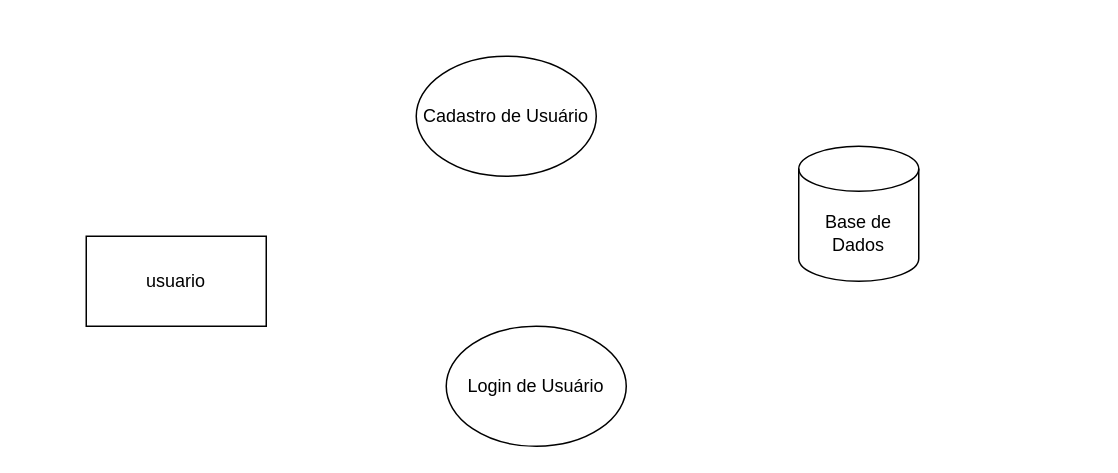
The draw.io diagram DiagramaFluxo.drawio in manuely32/Diagramas, before the edit. Source tidied: cells renumbered, new cells numbered last; positions are measured from the earlier drawing's top-left corner, leaving out a move shared by most shapes. Both pictures are drawn from the tidied source at 150%, with x=0, y=0 at pixel (86, 56).
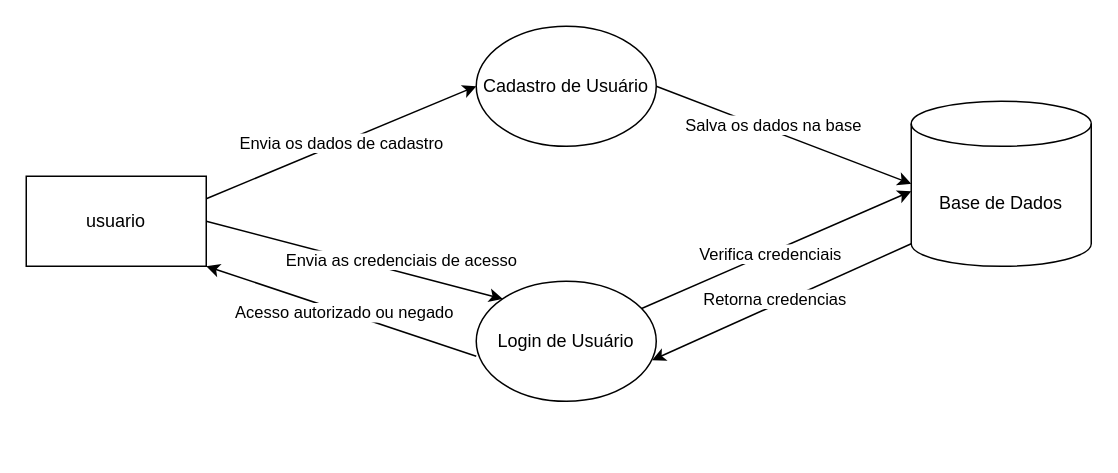
After the change.

What changed in the source:
```diff
@@
     <mxCell id="2" value="usuario" style="rounded=0;whiteSpace=wrap;html=1;" parent="1" vertex="1">
-      <mxGeometry y="120" width="120" height="60" as="geometry" />
+      <mxGeometry x="-40" y="80" width="120" height="60" as="geometry" />
     </mxCell>
     <mxCell id="3" value="Cadastro de Usuário" style="ellipse;whiteSpace=wrap;html=1;" parent="1" vertex="1">
-      <mxGeometry x="220" width="120" height="80" as="geometry" />
+      <mxGeometry x="260" y="-20" width="120" height="80" as="geometry" />
     </mxCell>
     <mxCell id="4" value="Login de Usuário" style="ellipse;whiteSpace=wrap;html=1;" parent="1" vertex="1">
-      <mxGeometry x="240" y="180" width="120" height="80" as="geometry" />
+      <mxGeometry x="260" y="150" width="120" height="80" as="geometry" />
     </mxCell>
     <mxCell id="5" value="Base de Dados" style="shape=cylinder3;whiteSpace=wrap;html=1;boundedLbl=1;backgroundOutline=1;size=15;" parent="1" vertex="1">
-      <mxGeometry x="475" y="60" width="80" height="90" as="geometry" />
+      <mxGeometry x="550" y="30" width="120" height="110" as="geometry" />
     </mxCell>
+    <mxCell id="6" style="endArrow=classic;html=1;rounded=0;entryX=0;entryY=0.5;entryDx=0;entryDy=0;exitX=1;exitY=0.25;exitDx=0;exitDy=0;" parent="1" edge="1" source="2" target="3">
+      <mxGeometry relative="1" as="geometry" />
+    </mxCell>
+    <mxCell id="7" value="Envia os dados de cadastro" style="edgeLabel;html=1;align=center;verticalAlign=middle;" parent="6" vertex="1">
+      <mxGeometry x="-0.01" relative="1" as="geometry" />
+    </mxCell>
+    <mxCell id="8" style="endArrow=classic;html=1;rounded=0;entryX=0;entryY=0;entryDx=0;entryDy=60;entryPerimeter=0;" parent="1" edge="1" source="4" target="5">
+      <mxGeometry relative="1" as="geometry" />
+    </mxCell>
+    <mxCell id="9" value="Verifica credenciais" style="edgeLabel;html=1;align=center;verticalAlign=middle;" parent="8" vertex="1">
+      <mxGeometry x="-0.05" y="-1" relative="1" as="geometry" />
+    </mxCell>
+    <mxCell id="10" style="endArrow=classic;html=1;rounded=0;exitX=1;exitY=0.5;exitDx=0;exitDy=0;entryX=0;entryY=0.5;entryDx=0;entryDy=0;entryPerimeter=0;" parent="1" edge="1" source="3" target="5">
+      <mxGeometry relative="1" as="geometry" />
+    </mxCell>
+    <mxCell id="11" value="Salva os dados na base" style="edgeLabel;html=1;align=center;verticalAlign=middle;" parent="10" vertex="1">
+      <mxGeometry x="-0.08" y="1" relative="1" as="geometry">
+        <mxPoint x="-1" y="-4" as="offset" />
+      </mxGeometry>
+    </mxCell>
+    <mxCell id="12" style="endArrow=classic;html=1;rounded=0;entryX=0;entryY=0;entryDx=0;entryDy=0;exitX=1;exitY=0.5;exitDx=0;exitDy=0;" parent="1" edge="1" source="2" target="4">
+      <mxGeometry relative="1" as="geometry" />
+    </mxCell>
+    <mxCell id="13" value="Envia as credenciais de acesso" style="edgeLabel;html=1;align=center;verticalAlign=middle;" parent="12" vertex="1">
+      <mxGeometry x="-0.01" relative="1" as="geometry">
+        <mxPoint x="32" as="offset" />
+      </mxGeometry>
+    </mxCell>
+    <mxCell id="14" style="endArrow=classic;html=1;rounded=0;exitX=0;exitY=1;exitDx=0;exitDy=-15;exitPerimeter=0;entryX=0.977;entryY=0.658;entryDx=0;entryDy=0;entryPerimeter=0;" parent="1" edge="1" source="5" target="4">
+      <mxGeometry relative="1" as="geometry" />
+    </mxCell>
+    <mxCell id="15" value="Retorna credencias" style="edgeLabel;html=1;align=center;verticalAlign=middle;" parent="14" vertex="1">
+      <mxGeometry x="0.01" y="-1" relative="1" as="geometry">
+        <mxPoint x="-4" y="-2" as="offset" />
+      </mxGeometry>
+    </mxCell>
+    <mxCell id="16" style="endArrow=classic;html=1;rounded=0;exitX=0;exitY=0.625;exitDx=0;exitDy=0;exitPerimeter=0;entryX=1;entryY=1;entryDx=0;entryDy=0;" parent="1" edge="1" source="4" target="2">
+      <mxGeometry relative="1" as="geometry" />
+    </mxCell>
+    <mxCell id="17" value="Acesso autorizado ou negado" style="edgeLabel;html=1;align=center;verticalAlign=middle;" parent="16" vertex="1">
+      <mxGeometry x="-0.01" relative="1" as="geometry">
+        <mxPoint x="1" as="offset" />
+      </mxGeometry>
+    </mxCell>
```
